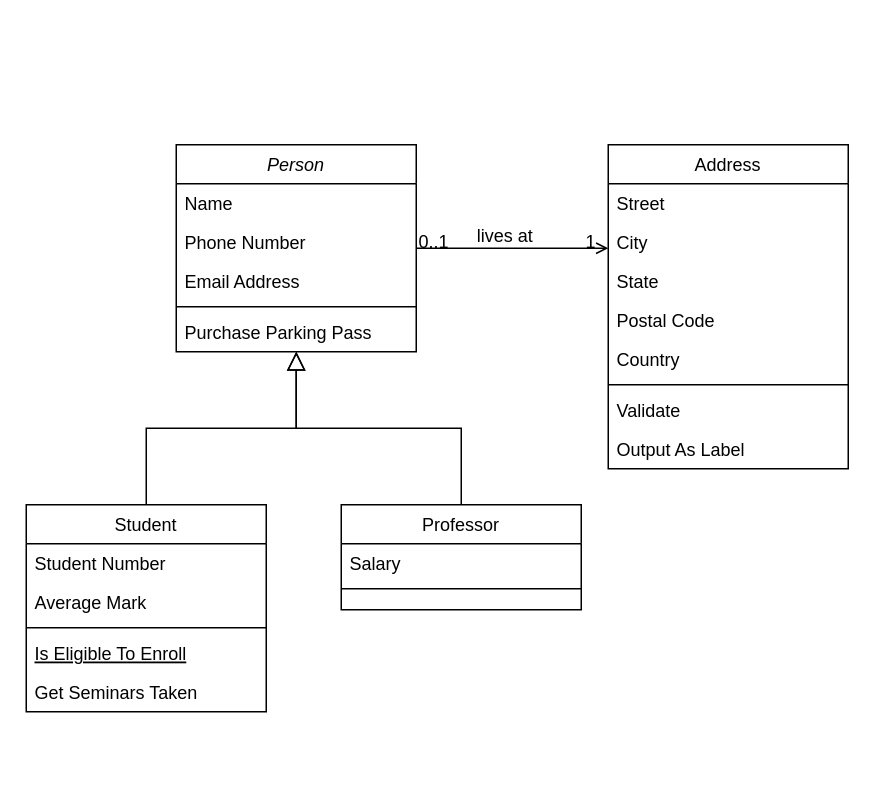
Before: Diagrama sin título.drawio in Cas136/Instrumentos_Online, a draw.io diagram. Source tidied: cells renumbered, new cells numbered last; positions are measured from the earlier drawing's top-left corner, leaving out a move shared by most shapes. Both pictures are drawn from the tidied source at 150%, with x=0, y=0 at pixel (26, 144).
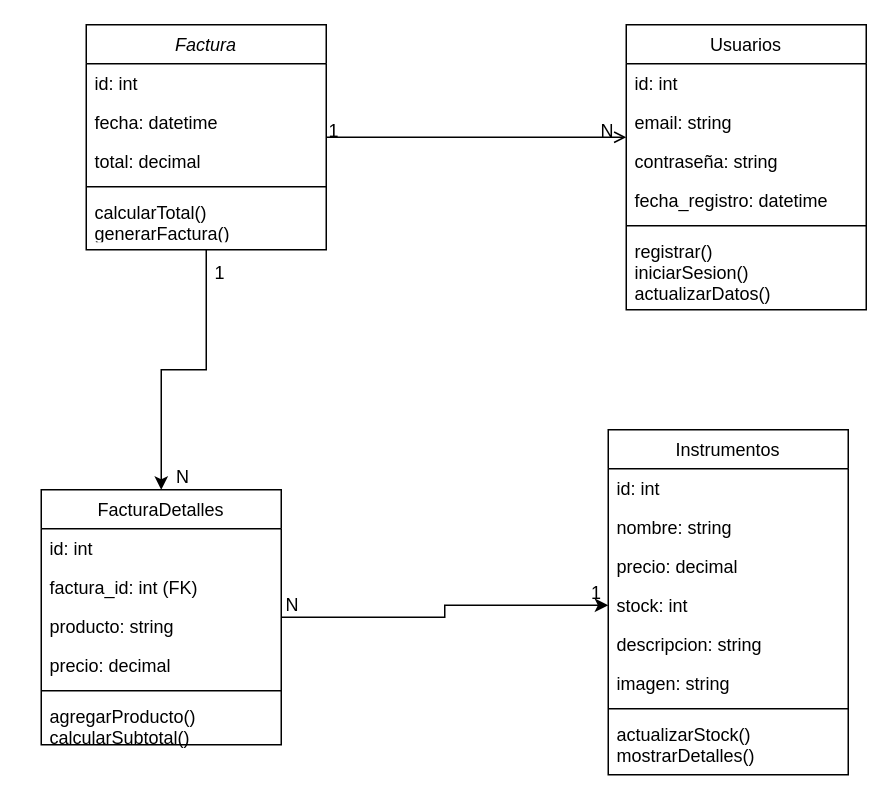
After the change.

The change refers to these unchanged cells:
```xml
<mxCell id="28" style="endArrow=open;shadow=0;strokeWidth=1;rounded=0;curved=0;endFill=1;edgeStyle=elbowEdgeStyle;elbow=vertical;" parent="1" edge="1" source="2" target="19">
  <mxGeometry x="0.5" y="41" relative="1" as="geometry">
    <mxPoint x="-40" y="32" as="offset" />
  </mxGeometry>
</mxCell>
```

What changed in the source:
```diff
@@
+    <mxCell id="32" style="edgeStyle=orthogonalEdgeStyle;rounded=0;jettySize=auto;html=1;" parent="1" edge="1" source="2" target="8">
+      <mxGeometry relative="1" as="geometry" />
+    </mxCell>
-    <mxCell id="2" value="Person" style="swimlane;fontStyle=2;align=center;verticalAlign=top;horizontal=1;startSize=26;rounded=0;shadow=0;strokeWidth=1;" parent="1" vertex="1">
-      <mxGeometry x="100" width="160" height="138" as="geometry" />
+    <mxCell id="2" value="Factura" style="swimlane;fontStyle=2;align=center;verticalAlign=top;horizontal=1;startSize=26;rounded=0;shadow=0;strokeWidth=1;" parent="1" vertex="1">
+      <mxGeometry x="40" y="-80" width="160" height="150" as="geometry" />
     </mxCell>
-    <mxCell id="3" value="Name" style="text;align=left;verticalAlign=top;spacingLeft=4;spacingRight=4;overflow=hidden;" parent="2" vertex="1">
+    <mxCell id="3" value="id: int" style="text;align=left;verticalAlign=top;spacingLeft=4;spacingRight=4;overflow=hidden;" parent="2" vertex="1">
       <mxGeometry y="26" width="160" height="26" as="geometry" />
     </mxCell>
-    <mxCell id="4" value="Phone Number" style="text;align=left;verticalAlign=top;spacingLeft=4;spacingRight=4;overflow=hidden;rounded=0;shadow=0;html=0;" parent="2" vertex="1">
+    <mxCell id="4" value="fecha: datetime" style="text;align=left;verticalAlign=top;spacingLeft=4;spacingRight=4;overflow=hidden;rounded=0;shadow=0;html=0;" parent="2" vertex="1">
       <mxGeometry y="52" width="160" height="26" as="geometry" />
     </mxCell>
-    <mxCell id="5" value="Email Address" style="text;align=left;verticalAlign=top;spacingLeft=4;spacingRight=4;overflow=hidden;rounded=0;shadow=0;html=0;" parent="2" vertex="1">
+    <mxCell id="5" value="total: decimal" style="text;align=left;verticalAlign=top;spacingLeft=4;spacingRight=4;overflow=hidden;rounded=0;shadow=0;html=0;" parent="2" vertex="1">
       <mxGeometry y="78" width="160" height="26" as="geometry" />
     </mxCell>
@@
-    <mxCell id="7" value="Purchase Parking Pass" style="text;align=left;verticalAlign=top;spacingLeft=4;spacingRight=4;overflow=hidden;" parent="2" vertex="1">
-      <mxGeometry y="112" width="160" height="26" as="geometry" />
-    </mxCell>
+    <mxCell id="33" value="calcularTotal()&#10;generarFactura()" style="text;align=left;verticalAlign=top;spacingLeft=4;spacingRight=4;overflow=hidden;rounded=0;shadow=0;html=0;" parent="2" vertex="1">
+      <mxGeometry y="112" width="160" height="28" as="geometry" />
+    </mxCell>
+    <mxCell id="34" style="edgeStyle=orthogonalEdgeStyle;rounded=0;jettySize=auto;html=1;entryX=0;entryY=0.5;entryDx=0;entryDy=0;" parent="1" edge="1" source="8" target="40">
+      <mxGeometry relative="1" as="geometry" />
+    </mxCell>
-    <mxCell id="8" value="Student" style="swimlane;fontStyle=0;align=center;verticalAlign=top;horizontal=1;startSize=26;rounded=0;shadow=0;strokeWidth=1;" parent="1" vertex="1">
-      <mxGeometry y="240" width="160" height="138" as="geometry" />
+    <mxCell id="8" value="FacturaDetalles" style="swimlane;fontStyle=0;align=center;verticalAlign=top;horizontal=1;startSize=26;rounded=0;shadow=0;strokeWidth=1;" parent="1" vertex="1">
+      <mxGeometry x="10" y="230" width="160" height="170" as="geometry" />
     </mxCell>
-    <mxCell id="9" value="Student Number" style="text;align=left;verticalAlign=top;spacingLeft=4;spacingRight=4;overflow=hidden;" parent="8" vertex="1">
+    <mxCell id="9" value="id: int" style="text;align=left;verticalAlign=top;spacingLeft=4;spacingRight=4;overflow=hidden;" parent="8" vertex="1">
       <mxGeometry y="26" width="160" height="26" as="geometry" />
     </mxCell>
-    <mxCell id="10" value="Average Mark" style="text;align=left;verticalAlign=top;spacingLeft=4;spacingRight=4;overflow=hidden;rounded=0;shadow=0;html=0;" parent="8" vertex="1">
+    <mxCell id="10" value="factura_id: int (FK)" style="text;align=left;verticalAlign=top;spacingLeft=4;spacingRight=4;overflow=hidden;rounded=0;shadow=0;html=0;" parent="8" vertex="1">
       <mxGeometry y="52" width="160" height="26" as="geometry" />
     </mxCell>
+    <mxCell id="35" value="producto: string" style="text;align=left;verticalAlign=top;spacingLeft=4;spacingRight=4;overflow=hidden;rounded=0;shadow=0;html=0;" parent="8" vertex="1">
+      <mxGeometry y="78" width="160" height="26" as="geometry" />
+    </mxCell>
+    <mxCell id="36" value="precio: decimal" style="text;align=left;verticalAlign=top;spacingLeft=4;spacingRight=4;overflow=hidden;rounded=0;shadow=0;html=0;" parent="8" vertex="1">
+      <mxGeometry y="104" width="160" height="26" as="geometry" />
+    </mxCell>
     <mxCell id="11" style="line;html=1;strokeWidth=1;align=left;verticalAlign=middle;spacingTop=-1;spacingLeft=3;spacingRight=3;labelPosition=right;" parent="8" vertex="1">
-      <mxGeometry y="78" width="160" height="8" as="geometry" />
+      <mxGeometry y="130" width="160" height="8" as="geometry" />
     </mxCell>
-    <mxCell id="12" value="Is Eligible To Enroll" style="text;align=left;verticalAlign=top;spacingLeft=4;spacingRight=4;overflow=hidden;fontStyle=4;" parent="8" vertex="1">
-      <mxGeometry y="86" width="160" height="26" as="geometry" />
-    </mxCell>
-    <mxCell id="13" value="Get Seminars Taken" style="text;align=left;verticalAlign=top;spacingLeft=4;spacingRight=4;overflow=hidden;" parent="8" vertex="1">
-      <mxGeometry y="112" width="160" height="26" as="geometry" />
-    </mxCell>
-    <mxCell id="14" style="endArrow=block;endSize=10;endFill=0;shadow=0;strokeWidth=1;rounded=0;curved=0;edgeStyle=elbowEdgeStyle;elbow=vertical;" parent="1" edge="1" source="8" target="2">
-      <mxGeometry relative="1" as="geometry" />
-    </mxCell>
+    <mxCell id="37" value="agregarProducto()&#10;calcularSubtotal()" style="text;align=left;verticalAlign=top;spacingLeft=4;spacingRight=4;overflow=hidden;rounded=0;shadow=0;html=0;" parent="8" vertex="1">
+      <mxGeometry y="138" width="160" height="30" as="geometry" />
+    </mxCell>
-    <mxCell id="15" value="Professor" style="swimlane;fontStyle=0;align=center;verticalAlign=top;horizontal=1;startSize=26;rounded=0;shadow=0;strokeWidth=1;" parent="1" vertex="1">
-      <mxGeometry x="210" y="240" width="160" height="70" as="geometry" />
+    <mxCell id="15" value="Instrumentos" style="swimlane;fontStyle=0;align=center;verticalAlign=top;horizontal=1;startSize=26;rounded=0;shadow=0;strokeWidth=1;" parent="1" vertex="1">
+      <mxGeometry x="388" y="190" width="160" height="230" as="geometry" />
     </mxCell>
-    <mxCell id="16" value="Salary" style="text;align=left;verticalAlign=top;spacingLeft=4;spacingRight=4;overflow=hidden;" parent="15" vertex="1">
+    <mxCell id="16" value="id: int" style="text;align=left;verticalAlign=top;spacingLeft=4;spacingRight=4;overflow=hidden;" parent="15" vertex="1">
       <mxGeometry y="26" width="160" height="26" as="geometry" />
     </mxCell>
+    <mxCell id="38" value="nombre: string" style="text;align=left;verticalAlign=top;spacingLeft=4;spacingRight=4;overflow=hidden;" parent="15" vertex="1">
+      <mxGeometry y="52" width="160" height="26" as="geometry" />
+    </mxCell>
+    <mxCell id="39" value="precio: decimal" style="text;align=left;verticalAlign=top;spacingLeft=4;spacingRight=4;overflow=hidden;" parent="15" vertex="1">
+      <mxGeometry y="78" width="160" height="26" as="geometry" />
+    </mxCell>
+    <mxCell id="40" value="stock: int" style="text;align=left;verticalAlign=top;spacingLeft=4;spacingRight=4;overflow=hidden;points=[[0,0.5],[1,0.5]];portConstraint=eastwest;" parent="15" vertex="1">
+      <mxGeometry y="104" width="160" height="26" as="geometry" />
+    </mxCell>
+    <mxCell id="41" value="descripcion: string" style="text;align=left;verticalAlign=top;spacingLeft=4;spacingRight=4;overflow=hidden;" parent="15" vertex="1">
+      <mxGeometry y="130" width="160" height="26" as="geometry" />
+    </mxCell>
+    <mxCell id="42" value="imagen: string&#10;" style="text;align=left;verticalAlign=top;spacingLeft=4;spacingRight=4;overflow=hidden;" parent="15" vertex="1">
+      <mxGeometry y="156" width="160" height="26" as="geometry" />
+    </mxCell>
     <mxCell id="17" style="line;html=1;strokeWidth=1;align=left;verticalAlign=middle;spacingTop=-1;spacingLeft=3;spacingRight=3;labelPosition=right;" parent="15" vertex="1">
-      <mxGeometry y="52" width="160" height="8" as="geometry" />
+      <mxGeometry y="182" width="160" height="8" as="geometry" />
     </mxCell>
-    <mxCell id="18" style="endArrow=block;endSize=10;endFill=0;shadow=0;strokeWidth=1;rounded=0;curved=0;edgeStyle=elbowEdgeStyle;elbow=vertical;" parent="1" edge="1" source="15" target="2">
-      <mxGeometry relative="1" as="geometry" />
-    </mxCell>
+    <mxCell id="43" value="actualizarStock()&#10;mostrarDetalles()" style="text;align=left;verticalAlign=top;spacingLeft=4;spacingRight=4;overflow=hidden;" parent="15" vertex="1">
+      <mxGeometry y="190" width="160" height="40" as="geometry" />
+    </mxCell>
-    <mxCell id="19" value="Address" style="swimlane;fontStyle=0;align=center;verticalAlign=top;horizontal=1;startSize=26;rounded=0;shadow=0;strokeWidth=1;" parent="1" vertex="1">
-      <mxGeometry x="388" width="160" height="216" as="geometry" />
+    <mxCell id="19" value="Usuarios" style="swimlane;fontStyle=0;align=center;verticalAlign=top;horizontal=1;startSize=26;rounded=0;shadow=0;strokeWidth=1;" parent="1" vertex="1">
+      <mxGeometry x="400" y="-80" width="160" height="190" as="geometry" />
     </mxCell>
-    <mxCell id="20" value="Street" style="text;align=left;verticalAlign=top;spacingLeft=4;spacingRight=4;overflow=hidden;" parent="19" vertex="1">
+    <mxCell id="20" value="id: int" style="text;align=left;verticalAlign=top;spacingLeft=4;spacingRight=4;overflow=hidden;" parent="19" vertex="1">
       <mxGeometry y="26" width="160" height="26" as="geometry" />
     </mxCell>
-    <mxCell id="21" value="City" style="text;align=left;verticalAlign=top;spacingLeft=4;spacingRight=4;overflow=hidden;rounded=0;shadow=0;html=0;" parent="19" vertex="1">
+    <mxCell id="21" value="email: string" style="text;align=left;verticalAlign=top;spacingLeft=4;spacingRight=4;overflow=hidden;rounded=0;shadow=0;html=0;" parent="19" vertex="1">
       <mxGeometry y="52" width="160" height="26" as="geometry" />
     </mxCell>
-    <mxCell id="22" value="State" style="text;align=left;verticalAlign=top;spacingLeft=4;spacingRight=4;overflow=hidden;rounded=0;shadow=0;html=0;" parent="19" vertex="1">
+    <mxCell id="22" value="contraseña: string" style="text;align=left;verticalAlign=top;spacingLeft=4;spacingRight=4;overflow=hidden;rounded=0;shadow=0;html=0;" parent="19" vertex="1">
       <mxGeometry y="78" width="160" height="26" as="geometry" />
     </mxCell>
-    <mxCell id="23" value="Postal Code" style="text;align=left;verticalAlign=top;spacingLeft=4;spacingRight=4;overflow=hidden;rounded=0;shadow=0;html=0;" parent="19" vertex="1">
+    <mxCell id="23" value="fecha_registro: datetime" style="text;align=left;verticalAlign=top;spacingLeft=4;spacingRight=4;overflow=hidden;rounded=0;shadow=0;html=0;" parent="19" vertex="1">
       <mxGeometry y="104" width="160" height="26" as="geometry" />
     </mxCell>
-    <mxCell id="24" value="Country" style="text;align=left;verticalAlign=top;spacingLeft=4;spacingRight=4;overflow=hidden;rounded=0;shadow=0;html=0;" parent="19" vertex="1">
-      <mxGeometry y="130" width="160" height="26" as="geometry" />
-    </mxCell>
     <mxCell id="25" style="line;html=1;strokeWidth=1;align=left;verticalAlign=middle;spacingTop=-1;spacingLeft=3;spacingRight=3;labelPosition=right;" parent="19" vertex="1">
-      <mxGeometry y="156" width="160" height="8" as="geometry" />
+      <mxGeometry y="130" width="160" height="8" as="geometry" />
     </mxCell>
-    <mxCell id="26" value="Validate" style="text;align=left;verticalAlign=top;spacingLeft=4;spacingRight=4;overflow=hidden;" parent="19" vertex="1">
-      <mxGeometry y="164" width="160" height="26" as="geometry" />
-    </mxCell>
-    <mxCell id="27" value="Output As Label" style="text;align=left;verticalAlign=top;spacingLeft=4;spacingRight=4;overflow=hidden;" parent="19" vertex="1">
-      <mxGeometry y="190" width="160" height="26" as="geometry" />
-    </mxCell>
+    <mxCell id="44" value="registrar()&#10;iniciarSesion()&#10;actualizarDatos()" style="text;align=left;verticalAlign=top;spacingLeft=4;spacingRight=4;overflow=hidden;rounded=0;shadow=0;html=0;" parent="19" vertex="1">
+      <mxGeometry y="138" width="160" height="52" as="geometry" />
+    </mxCell>
@@
-    <mxCell id="29" value="0..1" style="align=left;verticalAlign=bottom;labelBackgroundColor=none;fontSize=12;" parent="28" vertex="1">
+    <mxCell id="29" value="1" style="align=left;verticalAlign=bottom;labelBackgroundColor=none;fontSize=12;" parent="28" vertex="1">
       <mxGeometry x="-1" relative="1" as="geometry">
         <mxPoint y="4" as="offset" />
       </mxGeometry>
     </mxCell>
-    <mxCell id="30" value="1" style="align=right;verticalAlign=bottom;labelBackgroundColor=none;fontSize=12;" parent="28" vertex="1">
+    <mxCell id="30" value="N" style="align=right;verticalAlign=bottom;labelBackgroundColor=none;fontSize=12;" parent="28" vertex="1">
       <mxGeometry x="1" relative="1" as="geometry">
         <mxPoint x="-7" y="4" as="offset" />
       </mxGeometry>
     </mxCell>
-    <mxCell id="31" value="lives at" style="text;html=1;align=center;verticalAlign=middle;labelBackgroundColor=none;rounded=0;shadow=0;strokeWidth=1;fontSize=12;" parent="28" vertex="1">
-      <mxGeometry x="0.5" y="49" relative="1" as="geometry">
-        <mxPoint x="-38" y="40" as="offset" />
-      </mxGeometry>
-    </mxCell>
+    <mxCell id="45" value="1" style="align=left;verticalAlign=bottom;labelBackgroundColor=none;fontSize=12;" parent="1" vertex="1">
+      <mxGeometry x="210" y="9" as="geometry">
+        <mxPoint x="165" y="298" as="offset" />
+      </mxGeometry>
+    </mxCell>
+    <mxCell id="46" value="N" style="align=right;verticalAlign=bottom;labelBackgroundColor=none;fontSize=12;" parent="1" vertex="1">
+      <mxGeometry x="180" y="315" as="geometry">
+        <mxPoint x="3" as="offset" />
+      </mxGeometry>
+    </mxCell>
+    <mxCell id="47" value="1" style="align=left;verticalAlign=bottom;labelBackgroundColor=none;fontSize=12;" parent="1" vertex="1">
+      <mxGeometry x="210" y="20" as="geometry">
+        <mxPoint x="-86" y="74" as="offset" />
+      </mxGeometry>
+    </mxCell>
+    <mxCell id="48" value="N" style="align=right;verticalAlign=bottom;labelBackgroundColor=none;fontSize=12;" parent="1" vertex="1">
+      <mxGeometry x="110" y="230" as="geometry" />
+    </mxCell>
```
